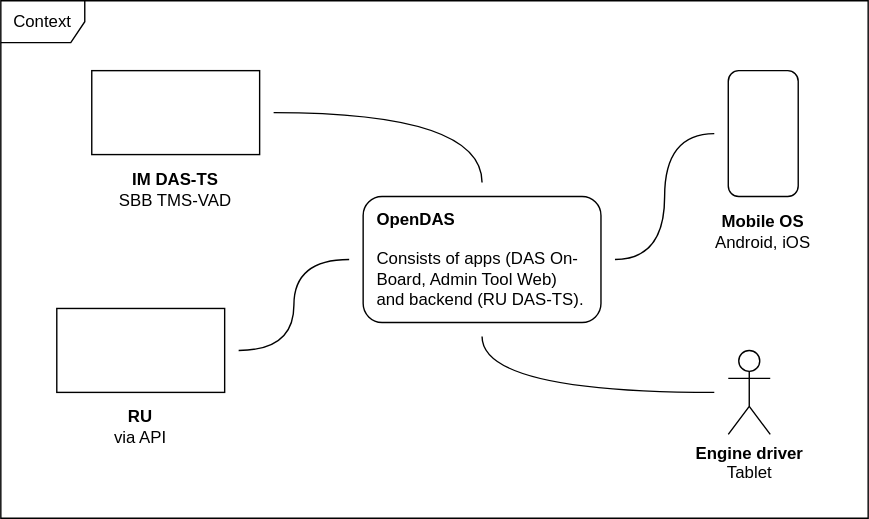
This is docs/content/architecture/03_context/business_context.drawio.svg from SchweizerischeBundesbahnen/DAS, a draw.io export, as it was before one commit. Source tidied: cells renumbered, new cells last; positions are measured from the earlier drawing's top-left corner, leaving out a move shared by most shapes.
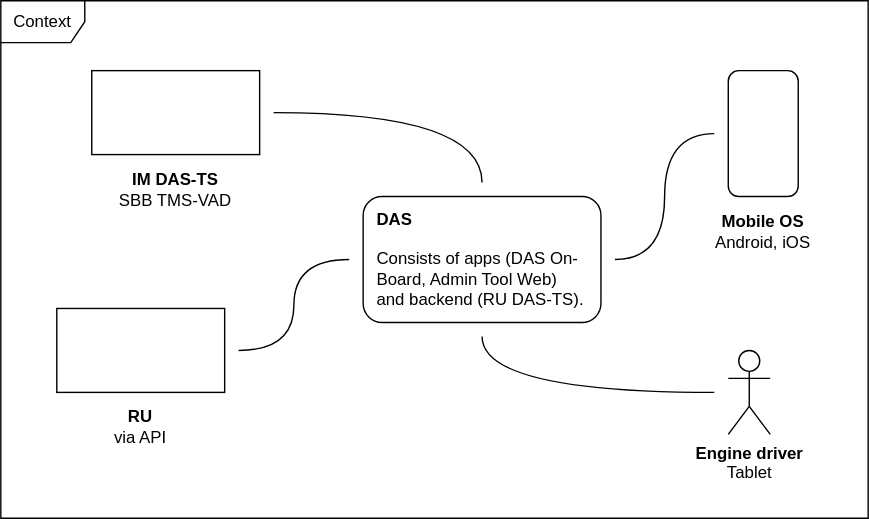
Later version of the same file.

The edit, as a diff of the source:
```diff
@@ -2,7 +2,7 @@
   <root>
     <mxCell id="0" />
     <mxCell id="1" parent="0" />
-    <mxCell id="2" value="&lt;b&gt;OpenDAS&lt;/b&gt;&lt;br&gt;&lt;br&gt;Consists&amp;nbsp;of apps (DAS On-Board, Admin Tool Web) and backend (RU DAS-TS)." style="rounded=1;whiteSpace=wrap;html=1;align=left;spacingTop=0;spacing=10;labelBackgroundColor=none;" parent="1" vertex="1">
+    <mxCell id="2" value="&lt;b&gt;DAS&lt;/b&gt;&lt;br&gt;&lt;br&gt;Consists&amp;nbsp;of apps (DAS On-Board, Admin Tool Web) and backend (RU DAS-TS)." style="rounded=1;whiteSpace=wrap;html=1;align=left;spacingTop=0;spacing=10;labelBackgroundColor=none;" parent="1" vertex="1">
       <mxGeometry x="259" y="140" width="170" height="90" as="geometry" />
     </mxCell>
     <mxCell id="3" style="rounded=1;whiteSpace=wrap;html=1;labelBackgroundColor=none;" parent="1" vertex="1">
```
